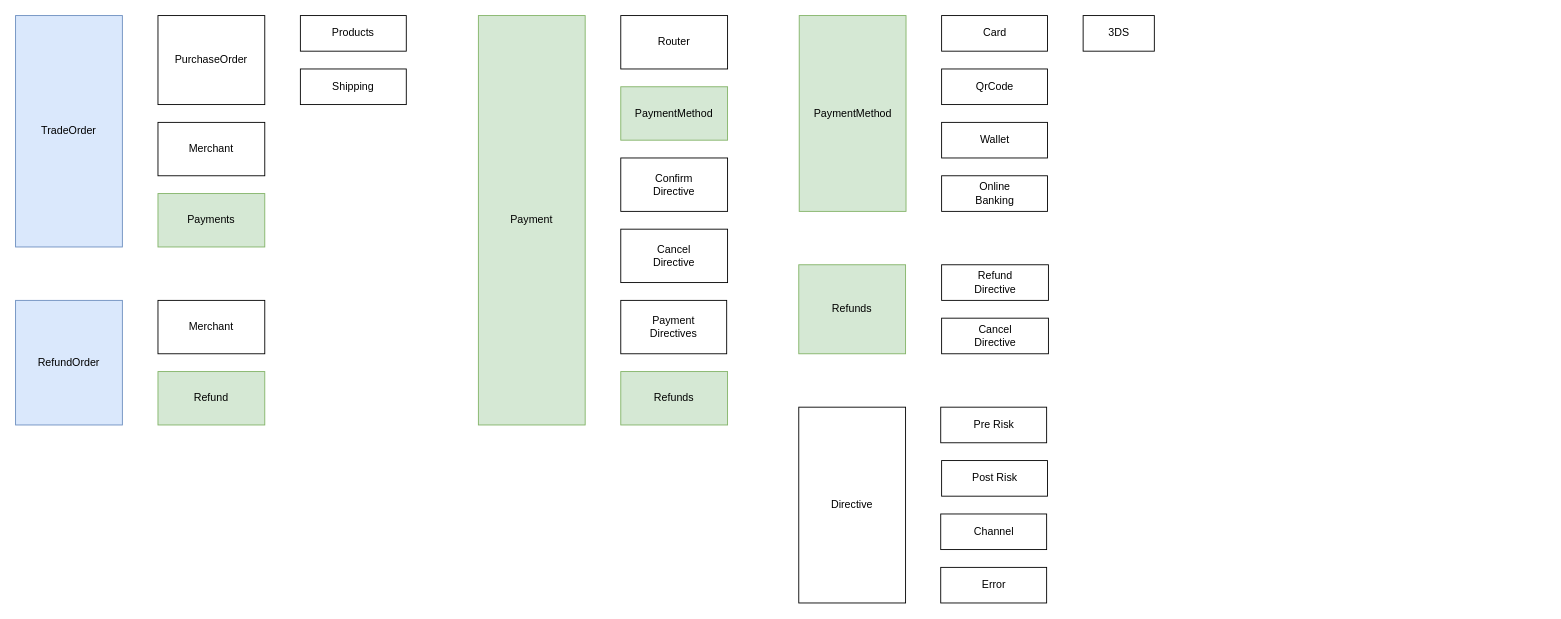
Above: page "模型关系图" (2 of 9) of 支付架构.drawio in JudeSheng/design (draw.io), before the change. Source tidied: cells renumbered, new cells numbered last; positions are measured from the earlier drawing's top-left corner, leaving out a move shared by most shapes. Both pictures are drawn from the tidied source at 89%, with x=0, y=0 at pixel (15, 15).
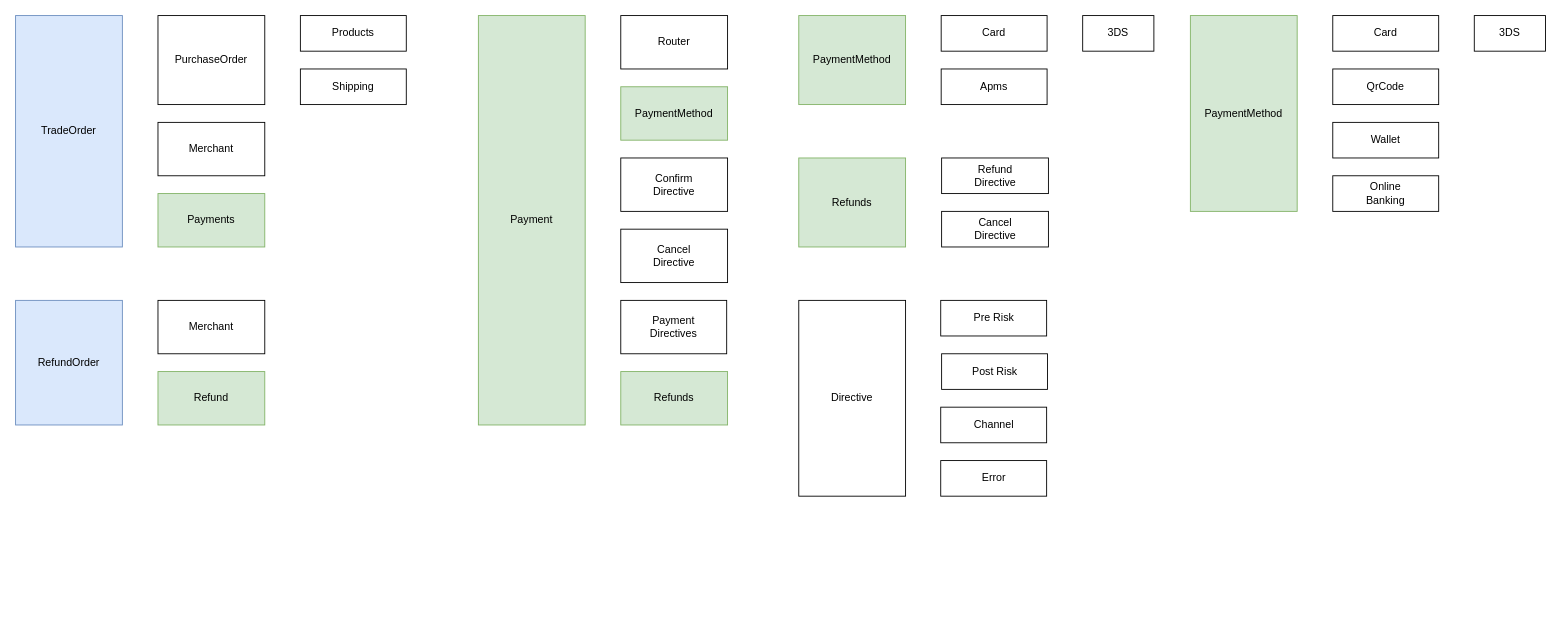
Above is the later version.

Change to the diagram source:
```diff
@@
     <mxCell id="7" value="&lt;div class=&quot;lake-content&quot;&gt;&lt;span class=&quot;ne-text&quot;&gt;PaymentMethod&lt;/span&gt;&lt;/div&gt;" style="rounded=0;whiteSpace=wrap;html=1;fillColor=#d5e8d4;strokeColor=#82b366;" parent="1" vertex="1">
-      <mxGeometry x="880.5" width="120" height="220" as="geometry" />
+      <mxGeometry x="1320" width="120" height="220" as="geometry" />
     </mxCell>
     <mxCell id="8" value="Card" style="rounded=0;whiteSpace=wrap;html=1;" parent="1" vertex="1">
-      <mxGeometry x="1040.5" width="119" height="40" as="geometry" />
+      <mxGeometry x="1480" width="119" height="40" as="geometry" />
     </mxCell>
     <mxCell id="9" value="3DS" style="rounded=0;whiteSpace=wrap;html=1;" parent="1" vertex="1">
-      <mxGeometry x="1199.5" width="80" height="40" as="geometry" />
+      <mxGeometry x="1639" width="80" height="40" as="geometry" />
     </mxCell>
     <mxCell id="10" value="QrCode" style="rounded=0;whiteSpace=wrap;html=1;" parent="1" vertex="1">
-      <mxGeometry x="1040.5" y="60" width="119" height="40" as="geometry" />
+      <mxGeometry x="1480" y="60" width="119" height="40" as="geometry" />
     </mxCell>
     <mxCell id="11" value="Wallet" style="rounded=0;whiteSpace=wrap;html=1;" parent="1" vertex="1">
-      <mxGeometry x="1040.5" y="120" width="119" height="40" as="geometry" />
+      <mxGeometry x="1480" y="120" width="119" height="40" as="geometry" />
     </mxCell>
     <mxCell id="12" value="&lt;div class=&quot;lake-content&quot;&gt;&lt;p id=&quot;u03bc73b0&quot; class=&quot;ne-p&quot; style=&quot;margin: 0 ; padding: 0 ; min-height: 24px&quot;&gt;&lt;span class=&quot;ne-text&quot;&gt;Online&lt;br&gt;Banking&lt;/span&gt;&lt;/p&gt;&lt;/div&gt;" style="rounded=0;whiteSpace=wrap;html=1;" parent="1" vertex="1">
-      <mxGeometry x="1040.5" y="180" width="119" height="40" as="geometry" />
+      <mxGeometry x="1480" y="180" width="119" height="40" as="geometry" />
     </mxCell>
     <mxCell id="13" value="Refund&lt;br&gt;Directive" style="rounded=0;whiteSpace=wrap;html=1;" parent="1" vertex="1">
-      <mxGeometry x="1040.5" y="280" width="120" height="40" as="geometry" />
+      <mxGeometry x="1040.5" y="160" width="120" height="40" as="geometry" />
     </mxCell>
@@
     <mxCell id="23" value="Refunds" style="rounded=0;whiteSpace=wrap;html=1;fillColor=#d5e8d4;strokeColor=#82b366;" parent="1" vertex="1">
-      <mxGeometry x="880" y="280" width="120" height="100" as="geometry" />
+      <mxGeometry x="880" y="160" width="120" height="100" as="geometry" />
     </mxCell>
@@
     <mxCell id="25" value="Directive" style="rounded=0;whiteSpace=wrap;html=1;" parent="1" vertex="1">
-      <mxGeometry x="880" y="440" width="120" height="220" as="geometry" />
+      <mxGeometry x="880" y="320" width="120" height="220" as="geometry" />
     </mxCell>
     <mxCell id="26" value="Pre Risk" style="rounded=0;whiteSpace=wrap;html=1;" parent="1" vertex="1">
-      <mxGeometry x="1039.5" y="440" width="119" height="40" as="geometry" />
+      <mxGeometry x="1039.5" y="320" width="119" height="40" as="geometry" />
     </mxCell>
     <mxCell id="27" value="Channel" style="rounded=0;whiteSpace=wrap;html=1;" parent="1" vertex="1">
-      <mxGeometry x="1039.5" y="560" width="119" height="40" as="geometry" />
+      <mxGeometry x="1039.5" y="440" width="119" height="40" as="geometry" />
     </mxCell>
     <mxCell id="28" value="Error" style="rounded=0;whiteSpace=wrap;html=1;" parent="1" vertex="1">
-      <mxGeometry x="1039.5" y="620" width="119" height="40" as="geometry" />
+      <mxGeometry x="1039.5" y="500" width="119" height="40" as="geometry" />
     </mxCell>
@@
     <mxCell id="30" value="Post Risk" style="rounded=0;whiteSpace=wrap;html=1;" parent="1" vertex="1">
-      <mxGeometry x="1040.5" y="500" width="119" height="40" as="geometry" />
+      <mxGeometry x="1040.5" y="380" width="119" height="40" as="geometry" />
     </mxCell>
     <mxCell id="31" value="Cancel&lt;br&gt;Directive" style="rounded=0;whiteSpace=wrap;html=1;" parent="1" vertex="1">
-      <mxGeometry x="1040.5" y="340" width="120" height="40" as="geometry" />
+      <mxGeometry x="1040.5" y="220" width="120" height="40" as="geometry" />
     </mxCell>
+    <mxCell id="32" value="&lt;div class=&quot;lake-content&quot;&gt;&lt;span class=&quot;ne-text&quot;&gt;PaymentMethod&lt;/span&gt;&lt;/div&gt;" style="rounded=0;whiteSpace=wrap;html=1;fillColor=#d5e8d4;strokeColor=#82b366;" parent="1" vertex="1">
+      <mxGeometry x="880" width="120" height="100" as="geometry" />
+    </mxCell>
+    <mxCell id="33" value="Card" style="rounded=0;whiteSpace=wrap;html=1;" parent="1" vertex="1">
+      <mxGeometry x="1040" width="119" height="40" as="geometry" />
+    </mxCell>
+    <mxCell id="34" value="3DS" style="rounded=0;whiteSpace=wrap;html=1;" parent="1" vertex="1">
+      <mxGeometry x="1199" width="80" height="40" as="geometry" />
+    </mxCell>
+    <mxCell id="35" value="Apms" style="rounded=0;whiteSpace=wrap;html=1;" parent="1" vertex="1">
+      <mxGeometry x="1040" y="60" width="119" height="40" as="geometry" />
+    </mxCell>
```
